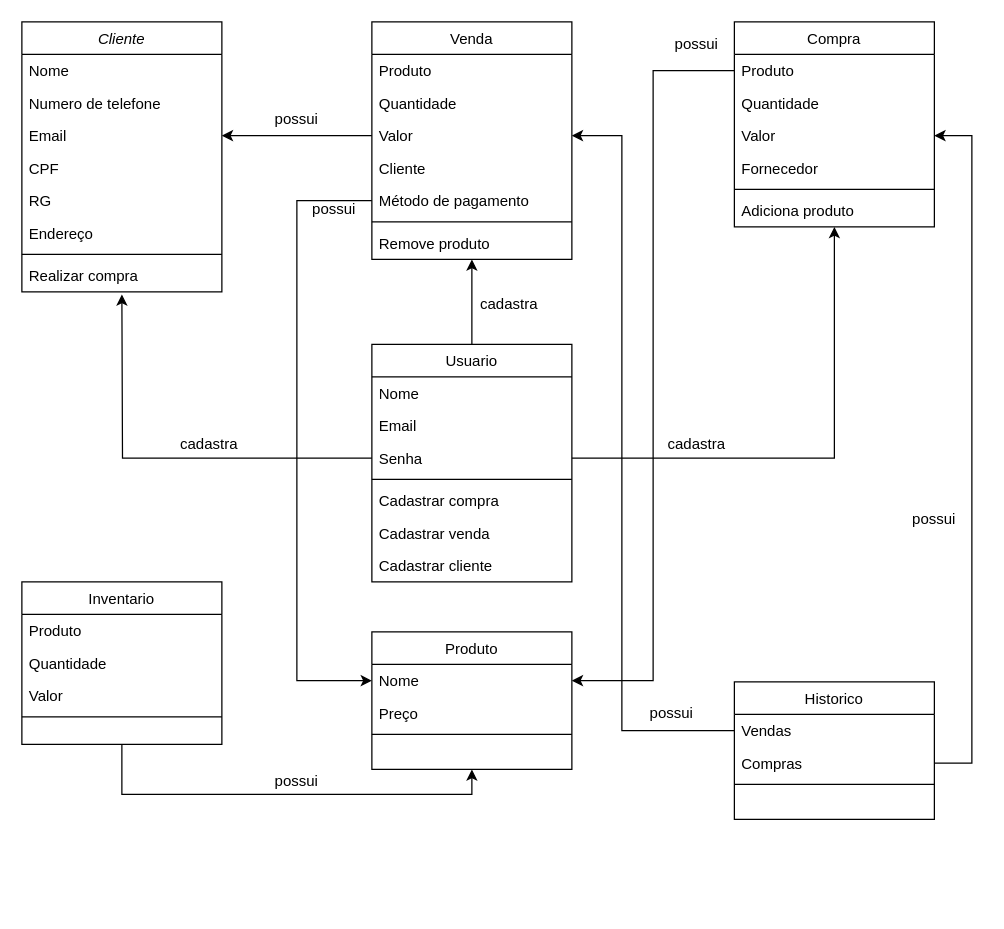
Before: docs/Diagrama_de_classes.drawio in vnsrz/MDS-Flux, a draw.io diagram. Source tidied: cells renumbered, new cells numbered last; positions are measured from the earlier drawing's top-left corner, leaving out a move shared by most shapes. Both pictures are drawn from the tidied source at 125%, with x=0, y=0 at pixel (21, 21).
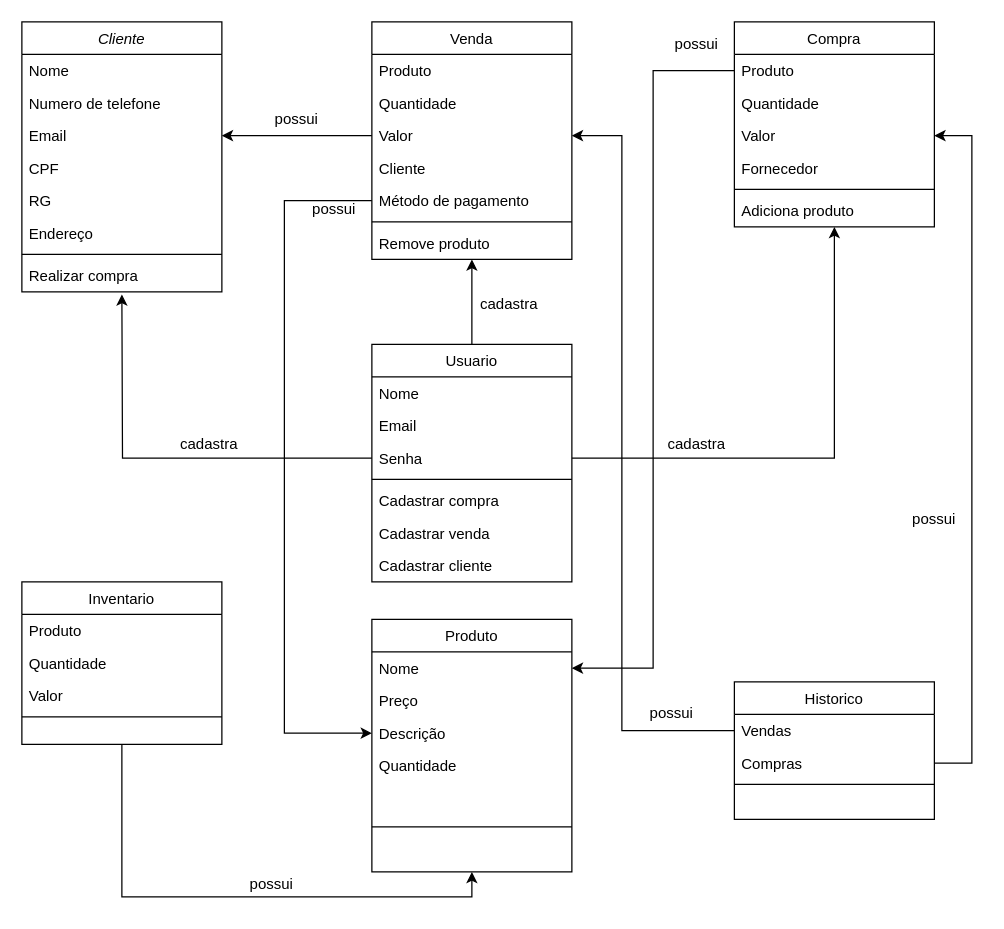
After the change.

The change refers to these unchanged cells:
```xml
<mxCell id="27" value="Nome" style="text;align=left;verticalAlign=top;spacingLeft=4;spacingRight=4;overflow=hidden;points=[[0,0.5],[1,0.5]];portConstraint=eastwest;rounded=0;shadow=0;html=0;" parent="26" vertex="1">
  <mxGeometry y="26" width="160" height="26" as="geometry" />
</mxCell>
<mxCell id="36" value="Método de pagamento" style="text;align=left;verticalAlign=top;spacingLeft=4;spacingRight=4;overflow=hidden;points=[[0,0.5],[1,0.5]];portConstraint=eastwest;rounded=0;shadow=0;html=0;" parent="31" vertex="1">
  <mxGeometry y="130" width="160" height="26" as="geometry" />
</mxCell>
```

Diff of the diagram source:
```diff
@@
     <mxCell id="26" value="Produto" style="swimlane;fontStyle=0;align=center;verticalAlign=top;horizontal=1;startSize=26;rounded=0;shadow=0;strokeWidth=1;" parent="1" vertex="1">
-      <mxGeometry x="280" y="488" width="160" height="110" as="geometry" />
+      <mxGeometry x="280" y="478" width="160" height="202" as="geometry" />
     </mxCell>
@@
+    <mxCell id="65" value="Descrição" style="text;align=left;verticalAlign=top;spacingLeft=4;spacingRight=4;overflow=hidden;points=[[0,0.5],[1,0.5]];portConstraint=eastwest;" parent="26" vertex="1">
+      <mxGeometry y="78" width="160" height="26" as="geometry" />
+    </mxCell>
+    <mxCell id="66" value="Quantidade" style="text;align=left;verticalAlign=top;spacingLeft=4;spacingRight=4;overflow=hidden;" parent="26" vertex="1">
+      <mxGeometry y="104" width="160" height="26" as="geometry" />
+    </mxCell>
     <mxCell id="29" style="line;html=1;strokeWidth=1;align=left;verticalAlign=middle;spacingTop=-1;spacingLeft=3;spacingRight=3;labelPosition=right;" parent="26" vertex="1">
-      <mxGeometry y="78" width="160" height="8" as="geometry" />
+      <mxGeometry y="130" width="160" height="72" as="geometry" />
     </mxCell>
-    <mxCell id="30" style="edgeStyle=orthogonalEdgeStyle;rounded=0;jettySize=auto;html=1;exitX=0;exitY=0.5;exitDx=0;exitDy=0;entryX=0;entryY=0.5;entryDx=0;entryDy=0;" parent="1" edge="1" source="36" target="27">
+    <mxCell id="30" style="edgeStyle=orthogonalEdgeStyle;rounded=0;jettySize=auto;html=1;exitX=0;exitY=0.5;exitDx=0;exitDy=0;entryX=0;entryY=0.5;entryDx=0;entryDy=0;" parent="1" edge="1" source="36" target="65">
       <mxGeometry relative="1" as="geometry">
         <Array as="points">
-          <mxPoint x="220" y="143" />
-          <mxPoint x="220" y="527" />
+          <mxPoint x="210" y="143" />
+          <mxPoint x="210" y="569" />
         </Array>
       </mxGeometry>
     </mxCell>
@@
     <mxCell id="58" value="possui" style="text;html=1;strokeColor=none;fillColor=none;align=center;verticalAlign=middle;whiteSpace=wrap;rounded=0;" parent="1" vertex="1">
-      <mxGeometry x="200" y="598" width="40" height="20" as="geometry" />
+      <mxGeometry x="180" y="680" width="40" height="20" as="geometry" />
     </mxCell>
```
